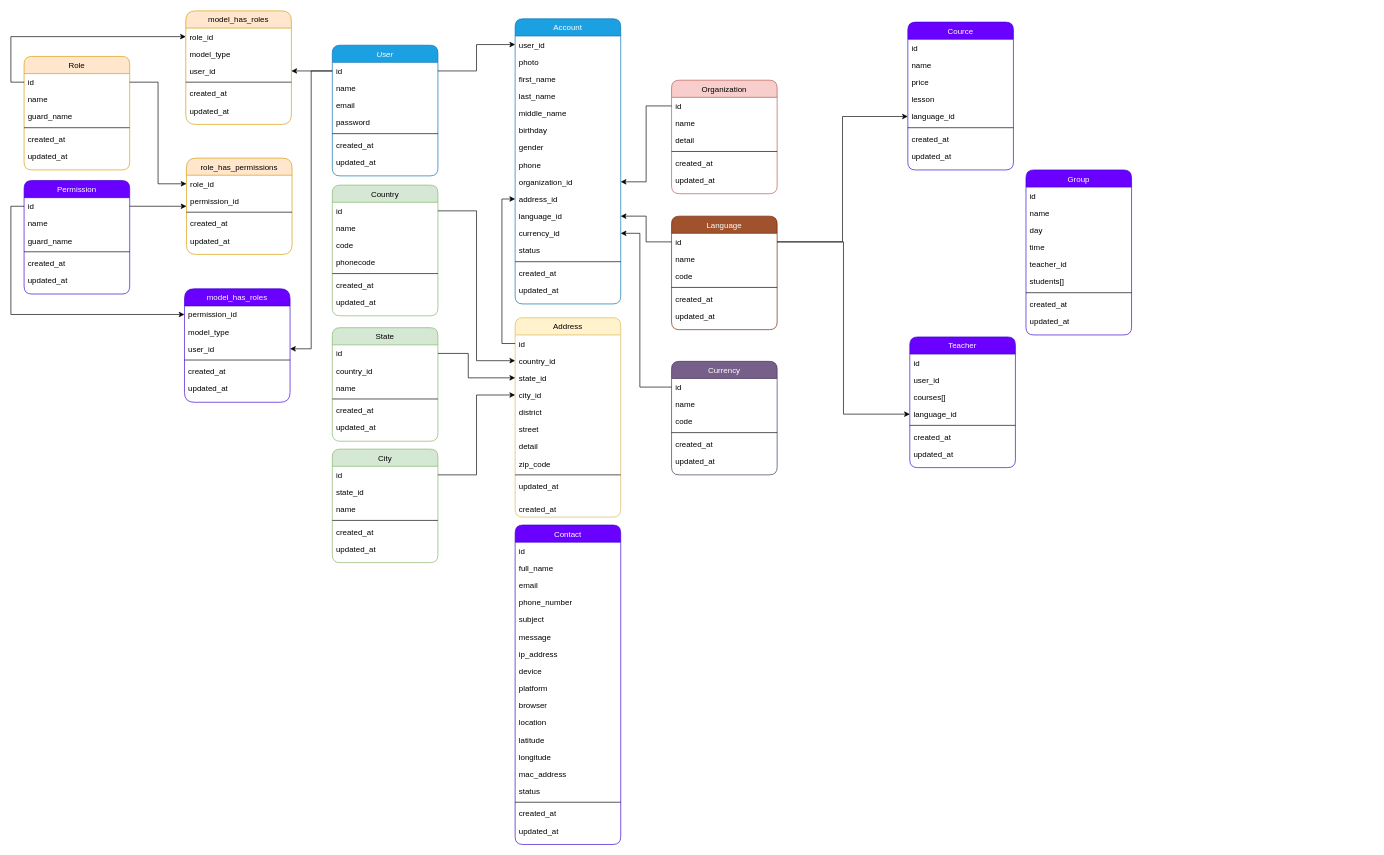
This is public/Untitled Diagram.drawio from urinboy/EduCRM, a draw.io file, before an edit. Source tidied: cells renumbered, new cells numbered last; positions are measured from the earlier drawing's top-left corner, leaving out a move shared by most shapes. Both pictures are drawn from the tidied source at 66%, with x=0, y=0 at pixel (24, 11).
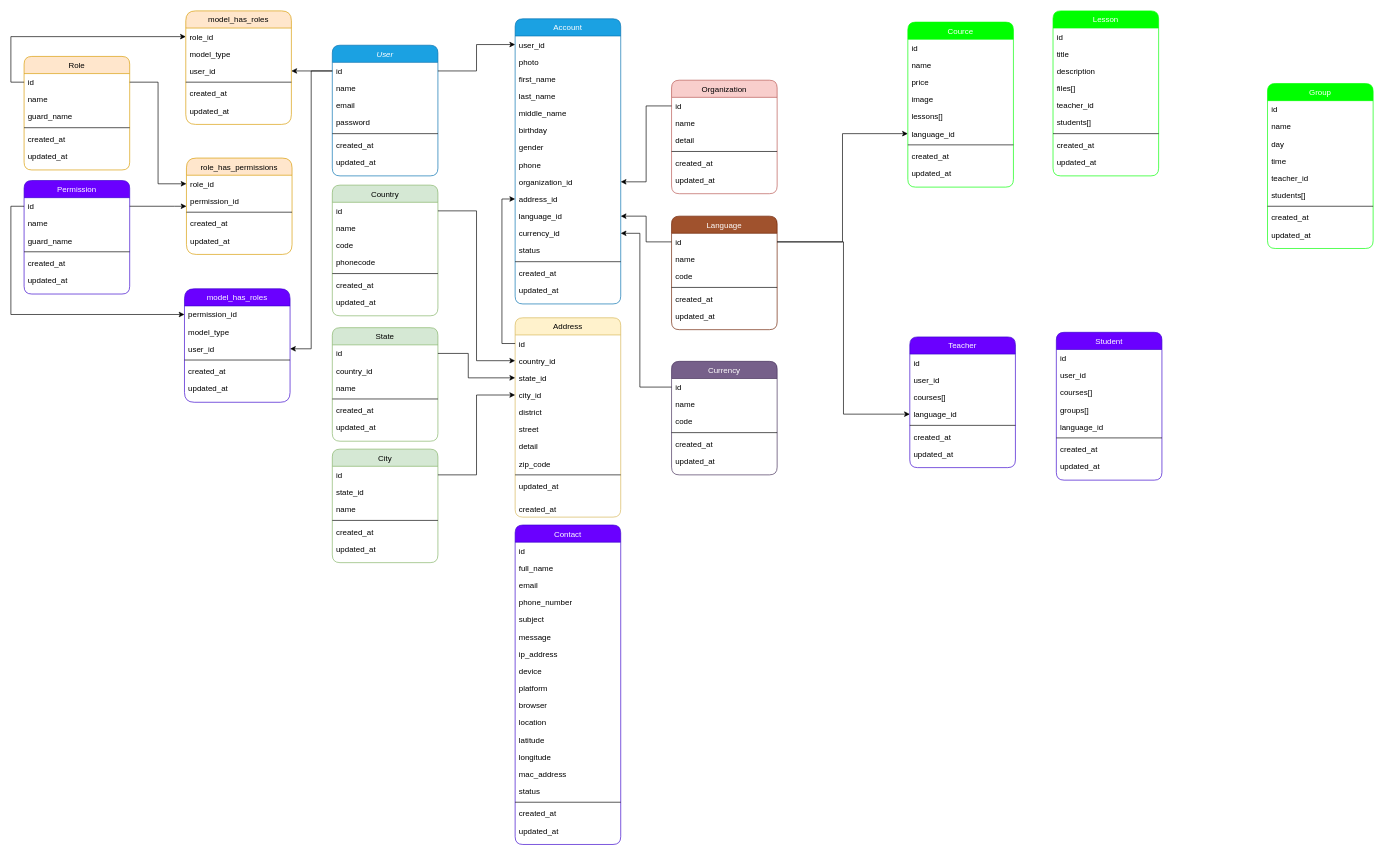
Above is the later version.

What changed in the source:
```diff
@@
-    <mxCell id="130" value="Group" style="swimlane;fontStyle=0;align=center;verticalAlign=top;horizontal=1;startSize=26;rounded=1;shadow=0;strokeWidth=1;fillColor=#6a00ff;strokeColor=#3700CC;fontColor=#ffffff;" parent="1" vertex="1">
-      <mxGeometry x="1518" y="241" width="160" height="250" as="geometry" />
+    <mxCell id="130" value="Group" style="swimlane;fontStyle=0;align=center;verticalAlign=top;horizontal=1;startSize=26;rounded=1;shadow=0;strokeWidth=1;fillColor=#00FF00;strokeColor=#00FF00;fontColor=#ffffff;" parent="1" vertex="1">
+      <mxGeometry x="1884" y="110" width="160" height="250" as="geometry" />
     </mxCell>
@@
-    <mxCell id="140" value="Cource" style="swimlane;fontStyle=0;align=center;verticalAlign=top;horizontal=1;startSize=26;rounded=1;shadow=0;strokeWidth=1;fillColor=#6a00ff;strokeColor=#3700CC;fontColor=#ffffff;" parent="1" vertex="1">
-      <mxGeometry x="1339" y="17" width="160" height="224" as="geometry" />
+    <mxCell id="140" value="Cource" style="swimlane;fontStyle=0;align=center;verticalAlign=top;horizontal=1;startSize=26;rounded=1;shadow=0;strokeWidth=1;fillColor=#00FF00;strokeColor=#00FF00;fontColor=#ffffff;" parent="1" vertex="1">
+      <mxGeometry x="1339" y="17" width="160" height="250" as="geometry" />
     </mxCell>
@@
+    <mxCell id="179" value="image" style="text;align=left;verticalAlign=top;spacingLeft=4;spacingRight=4;overflow=hidden;" parent="140" vertex="1">
+      <mxGeometry y="104" width="160" height="26" as="geometry" />
+    </mxCell>
-    <mxCell id="144" value="lesson" style="text;align=left;verticalAlign=top;spacingLeft=4;spacingRight=4;overflow=hidden;" parent="140" vertex="1">
-      <mxGeometry y="104" width="160" height="26" as="geometry" />
+    <mxCell id="144" value="lessons[]" style="text;align=left;verticalAlign=top;spacingLeft=4;spacingRight=4;overflow=hidden;" parent="140" vertex="1">
+      <mxGeometry y="130" width="160" height="26" as="geometry" />
     </mxCell>
     <mxCell id="145" value="language_id" style="text;align=left;verticalAlign=top;spacingLeft=4;spacingRight=4;overflow=hidden;points=[[0,0.5],[1,0.5]];portConstraint=eastwest;" parent="140" vertex="1">
-      <mxGeometry y="130" width="160" height="26" as="geometry" />
+      <mxGeometry y="156" width="160" height="26" as="geometry" />
     </mxCell>
     <mxCell id="146" style="line;html=1;strokeWidth=1;align=left;verticalAlign=middle;spacingTop=-1;spacingLeft=3;spacingRight=3;labelPosition=right;" parent="140" vertex="1">
-      <mxGeometry y="156" width="160" height="8" as="geometry" />
+      <mxGeometry y="182" width="160" height="8" as="geometry" />
     </mxCell>
     <mxCell id="147" value="created_at" style="text;align=left;verticalAlign=top;spacingLeft=4;spacingRight=4;overflow=hidden;" parent="140" vertex="1">
-      <mxGeometry y="164" width="160" height="26" as="geometry" />
+      <mxGeometry y="190" width="160" height="26" as="geometry" />
     </mxCell>
     <mxCell id="148" value="updated_at" style="text;align=left;verticalAlign=top;spacingLeft=4;spacingRight=4;overflow=hidden;" parent="140" vertex="1">
-      <mxGeometry y="190" width="160" height="34" as="geometry" />
+      <mxGeometry y="216" width="160" height="34" as="geometry" />
     </mxCell>
@@
+    <mxCell id="180" value="Student" style="swimlane;fontStyle=0;align=center;verticalAlign=top;horizontal=1;startSize=26;rounded=1;shadow=0;strokeWidth=1;fillColor=#6a00ff;strokeColor=#3700CC;fontColor=#ffffff;" parent="1" vertex="1">
+      <mxGeometry x="1564" y="487" width="160" height="224" as="geometry" />
+    </mxCell>
+    <mxCell id="181" value="id" style="text;align=left;verticalAlign=top;spacingLeft=4;spacingRight=4;overflow=hidden;" parent="180" vertex="1">
+      <mxGeometry y="26" width="160" height="26" as="geometry" />
+    </mxCell>
+    <mxCell id="182" value="user_id" style="text;align=left;verticalAlign=top;spacingLeft=4;spacingRight=4;overflow=hidden;" parent="180" vertex="1">
+      <mxGeometry y="52" width="160" height="26" as="geometry" />
+    </mxCell>
+    <mxCell id="183" value="courses[]" style="text;align=left;verticalAlign=top;spacingLeft=4;spacingRight=4;overflow=hidden;" parent="180" vertex="1">
+      <mxGeometry y="78" width="160" height="26" as="geometry" />
+    </mxCell>
+    <mxCell id="184" value="groups[]" style="text;align=left;verticalAlign=top;spacingLeft=4;spacingRight=4;overflow=hidden;" parent="180" vertex="1">
+      <mxGeometry y="104" width="160" height="26" as="geometry" />
+    </mxCell>
+    <mxCell id="185" value="language_id" style="text;align=left;verticalAlign=top;spacingLeft=4;spacingRight=4;overflow=hidden;" parent="180" vertex="1">
+      <mxGeometry y="130" width="160" height="26" as="geometry" />
+    </mxCell>
+    <mxCell id="186" style="line;html=1;strokeWidth=1;align=left;verticalAlign=middle;spacingTop=-1;spacingLeft=3;spacingRight=3;labelPosition=right;" parent="180" vertex="1">
+      <mxGeometry y="156" width="160" height="8" as="geometry" />
+    </mxCell>
+    <mxCell id="187" value="created_at" style="text;align=left;verticalAlign=top;spacingLeft=4;spacingRight=4;overflow=hidden;" parent="180" vertex="1">
+      <mxGeometry y="164" width="160" height="26" as="geometry" />
+    </mxCell>
+    <mxCell id="188" value="updated_at" style="text;align=left;verticalAlign=top;spacingLeft=4;spacingRight=4;overflow=hidden;" parent="180" vertex="1">
+      <mxGeometry y="190" width="160" height="34" as="geometry" />
+    </mxCell>
+    <mxCell id="189" value="Lesson" style="swimlane;fontStyle=0;align=center;verticalAlign=top;horizontal=1;startSize=26;rounded=1;shadow=0;strokeWidth=1;fillColor=#00FF00;strokeColor=#00FF00;fontColor=#ffffff;" parent="1" vertex="1">
+      <mxGeometry x="1559" width="160" height="250" as="geometry" />
+    </mxCell>
+    <mxCell id="190" value="id" style="text;align=left;verticalAlign=top;spacingLeft=4;spacingRight=4;overflow=hidden;" parent="189" vertex="1">
+      <mxGeometry y="26" width="160" height="26" as="geometry" />
+    </mxCell>
+    <mxCell id="191" value="title" style="text;align=left;verticalAlign=top;spacingLeft=4;spacingRight=4;overflow=hidden;" parent="189" vertex="1">
+      <mxGeometry y="52" width="160" height="26" as="geometry" />
+    </mxCell>
+    <mxCell id="192" value="description" style="text;align=left;verticalAlign=top;spacingLeft=4;spacingRight=4;overflow=hidden;" parent="189" vertex="1">
+      <mxGeometry y="78" width="160" height="26" as="geometry" />
+    </mxCell>
+    <mxCell id="193" value="files[]" style="text;align=left;verticalAlign=top;spacingLeft=4;spacingRight=4;overflow=hidden;" parent="189" vertex="1">
+      <mxGeometry y="104" width="160" height="26" as="geometry" />
+    </mxCell>
+    <mxCell id="194" value="teacher_id" style="text;align=left;verticalAlign=top;spacingLeft=4;spacingRight=4;overflow=hidden;" parent="189" vertex="1">
+      <mxGeometry y="130" width="160" height="26" as="geometry" />
+    </mxCell>
+    <mxCell id="195" value="students[]" style="text;align=left;verticalAlign=top;spacingLeft=4;spacingRight=4;overflow=hidden;" parent="189" vertex="1">
+      <mxGeometry y="156" width="160" height="26" as="geometry" />
+    </mxCell>
+    <mxCell id="196" style="line;html=1;strokeWidth=1;align=left;verticalAlign=middle;spacingTop=-1;spacingLeft=3;spacingRight=3;labelPosition=right;" parent="189" vertex="1">
+      <mxGeometry y="182" width="160" height="8" as="geometry" />
+    </mxCell>
+    <mxCell id="197" value="created_at" style="text;align=left;verticalAlign=top;spacingLeft=4;spacingRight=4;overflow=hidden;" parent="189" vertex="1">
+      <mxGeometry y="190" width="160" height="26" as="geometry" />
+    </mxCell>
+    <mxCell id="198" value="updated_at" style="text;align=left;verticalAlign=top;spacingLeft=4;spacingRight=4;overflow=hidden;" parent="189" vertex="1">
+      <mxGeometry y="216" width="160" height="34" as="geometry" />
+    </mxCell>
```
